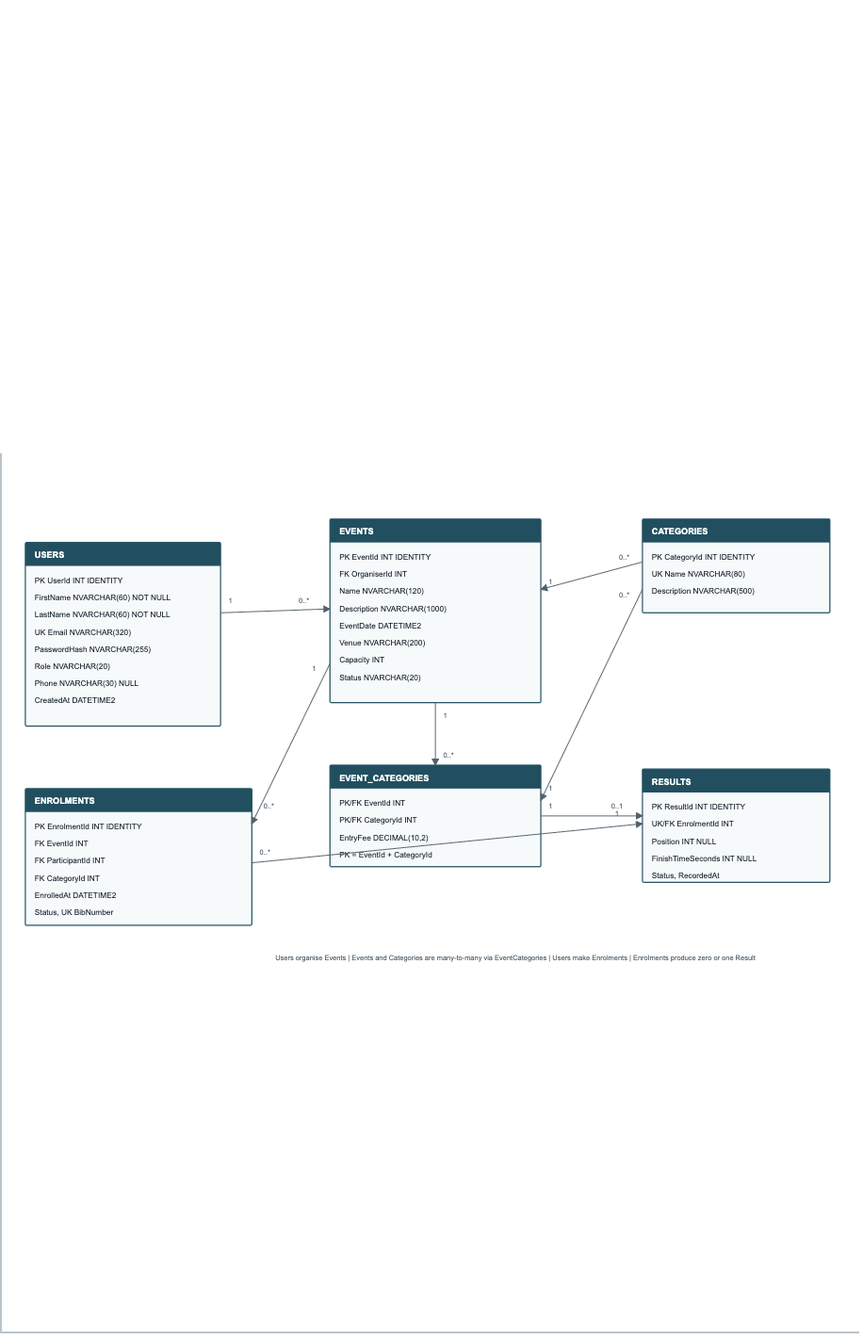
This is docs/raceday-erd.png from LithaMbawu/Part-1, a Mermaid export, as it was before one commit. Its source is kept beside it as docs/raceday-erd.mmd.
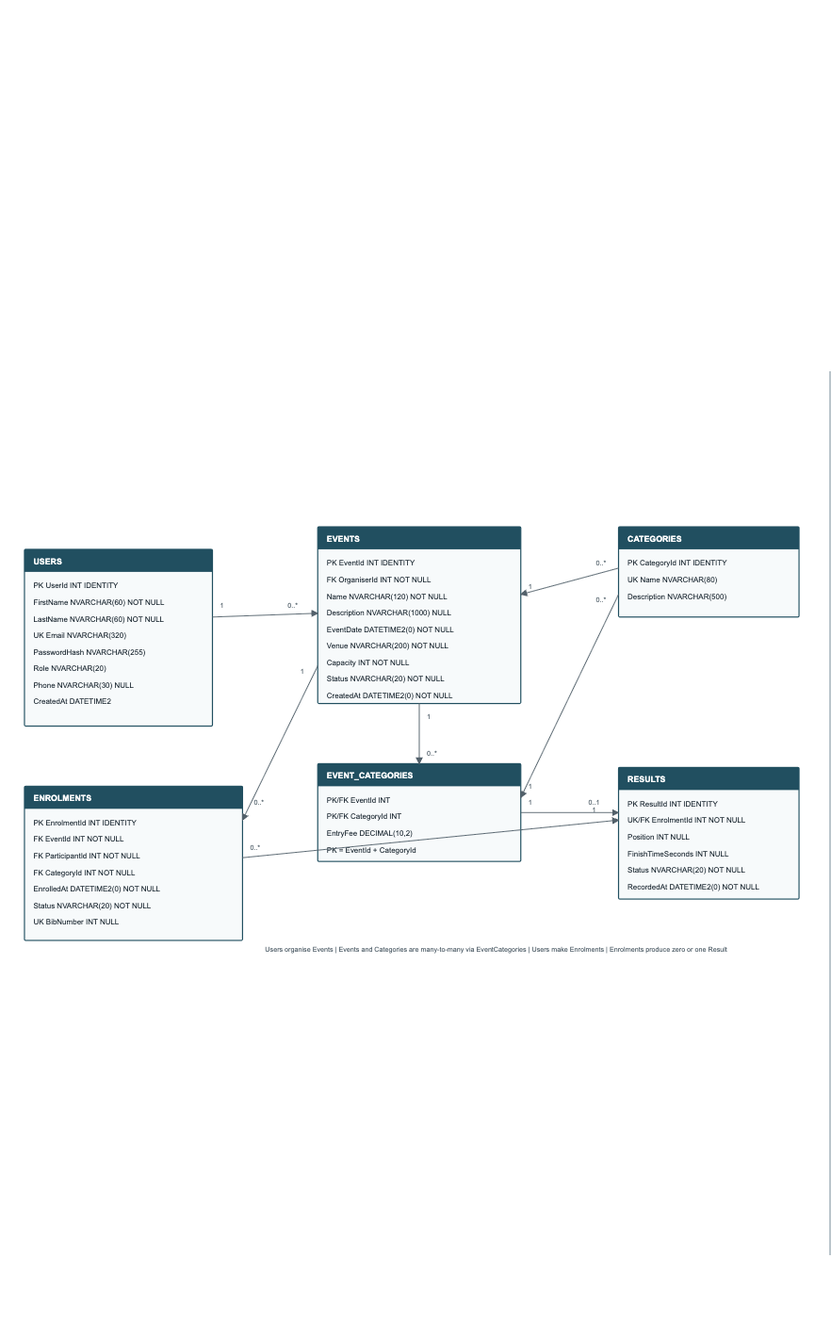
Above is the later version.

What changed in the source:
```diff
@@ -9,49 +9,49 @@
 
     USERS {
         int UserId PK
-        nvarchar FirstName
-        nvarchar LastName
-        nvarchar Email UK
-        nvarchar PasswordHash
-        nvarchar Role
-        nvarchar Phone
-        datetime2 CreatedAt
+        nvarchar(60) FirstName
+        nvarchar(60) LastName
+        nvarchar(320) Email UK
+        nvarchar(255) PasswordHash
+        nvarchar(20) Role
+        nvarchar(30) Phone NULL
+        datetime2(0) CreatedAt
     }
     EVENTS {
         int EventId PK
         int OrganiserId FK
-        nvarchar Name
-        nvarchar Description
-        datetime2 EventDate
-        nvarchar Venue
+        nvarchar(120) Name
+        nvarchar(1000) Description NULL
+        datetime2(0) EventDate
+        nvarchar(200) Venue
         int Capacity
-        nvarchar Status
-        datetime2 CreatedAt
+        nvarchar(20) Status
+        datetime2(0) CreatedAt
     }
     CATEGORIES {
         int CategoryId PK
-        nvarchar Name UK
-        nvarchar Description
+        nvarchar(80) Name UK
+        nvarchar(500) Description NULL
     }
     EVENT_CATEGORIES {
         int EventId PK, FK
         int CategoryId PK, FK
-        decimal EntryFee
+        decimal(10,2) EntryFee
     }
     ENROLMENTS {
         int EnrolmentId PK
         int EventId FK
         int ParticipantId FK
         int CategoryId FK
-        datetime2 EnrolledAt
-        nvarchar Status
-        int BibNumber UK
+        datetime2(0) EnrolledAt
+        nvarchar(20) Status
+        int BibNumber UK NULL
     }
     RESULTS {
         int ResultId PK
         int EnrolmentId FK, UK
-        int Position
-        int FinishTimeSeconds
-        nvarchar Status
-        datetime2 RecordedAt
+        int Position NULL
+        int FinishTimeSeconds NULL
+        nvarchar(20) Status
+        datetime2(0) RecordedAt
     }
```
